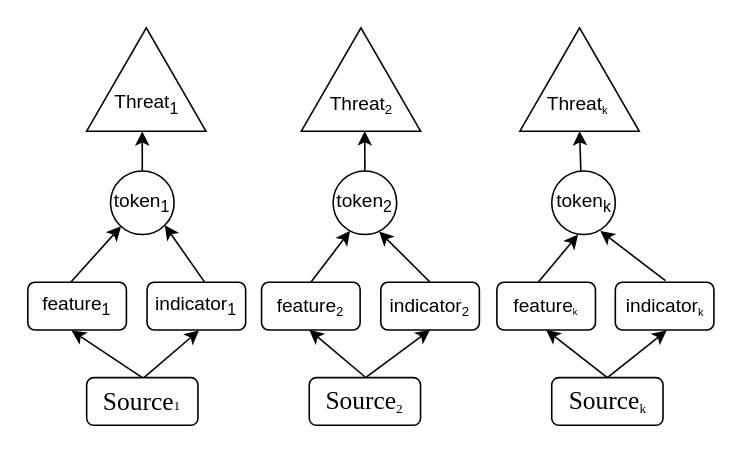
Earlier version of the draw.io diagram Распространитель вредоносной информации.drawio (LidiaISKIN/ISKIN). Source tidied: cells renumbered, new cells numbered last; positions are measured from the earlier drawing's top-left corner, leaving out a move shared by most shapes. Both pictures are drawn from the tidied source at 159%, with x=0, y=0 at pixel (27, 19).
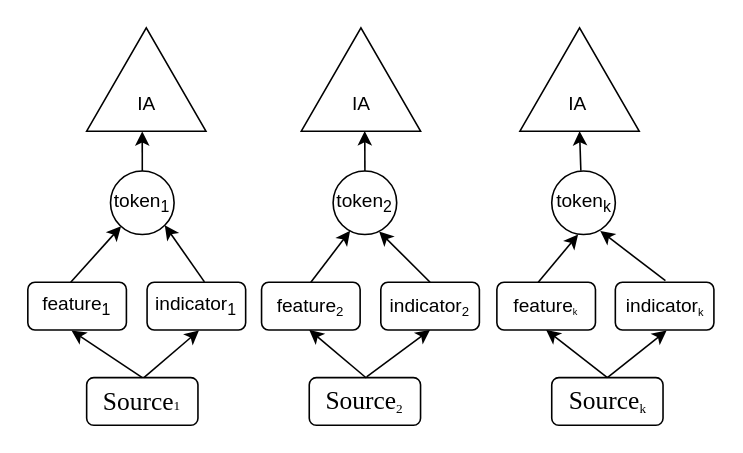
Above is the later version.

Commit message:
Наведенная активность РФФИ

The change refers to these unchanged cells:
```xml
<mxCell id="8" style="group;" parent="1" vertex="1">
  <mxGeometry x="42" y="5" width="70" height="70" as="geometry" />
</mxCell>
<mxCell id="11" style="group;" parent="1" vertex="1">
  <mxGeometry x="177" y="5" width="70" height="70" as="geometry" />
</mxCell>
<mxCell id="14" style="group;" parent="1" vertex="1">
  <mxGeometry x="314.5" y="5" width="70" height="70" as="geometry" />
</mxCell>
```

Diff of the diagram source:
```diff
@@
-    <mxCell id="10" value="Threat&lt;sub&gt;1&lt;/sub&gt;" style="text;html=1;strokeColor=none;fillColor=none;align=center;verticalAlign=middle;whiteSpace=wrap;rounded=0;" parent="8" vertex="1">
+    <mxCell id="10" value="IA" style="text;html=1;strokeColor=none;fillColor=none;align=center;verticalAlign=middle;whiteSpace=wrap;rounded=0;" parent="8" vertex="1">
       <mxGeometry x="12.5" y="35" width="40" height="25" as="geometry" />
     </mxCell>
@@
-    <mxCell id="13" value="Threat&lt;span style=&quot;font-size: 10px&quot;&gt;&lt;sub&gt;2&lt;/sub&gt;&lt;/span&gt;" style="text;html=1;strokeColor=none;fillColor=none;align=center;verticalAlign=middle;whiteSpace=wrap;rounded=0;" parent="11" vertex="1">
+    <mxCell id="13" value="IA" style="text;html=1;strokeColor=none;fillColor=none;align=center;verticalAlign=middle;whiteSpace=wrap;rounded=0;" parent="11" vertex="1">
       <mxGeometry x="12.5" y="35" width="40" height="25" as="geometry" />
     </mxCell>
@@
-    <mxCell id="16" value="Threat&lt;span style=&quot;font-size: 8.33333px&quot;&gt;&lt;sub&gt;k&lt;/sub&gt;&lt;/span&gt;" style="text;html=1;strokeColor=none;fillColor=none;align=center;verticalAlign=middle;whiteSpace=wrap;rounded=0;" parent="14" vertex="1">
+    <mxCell id="16" value="IA" style="text;html=1;strokeColor=none;fillColor=none;align=center;verticalAlign=middle;whiteSpace=wrap;rounded=0;" parent="14" vertex="1">
       <mxGeometry x="12.5" y="35" width="37.5" height="25" as="geometry" />
     </mxCell>
```
